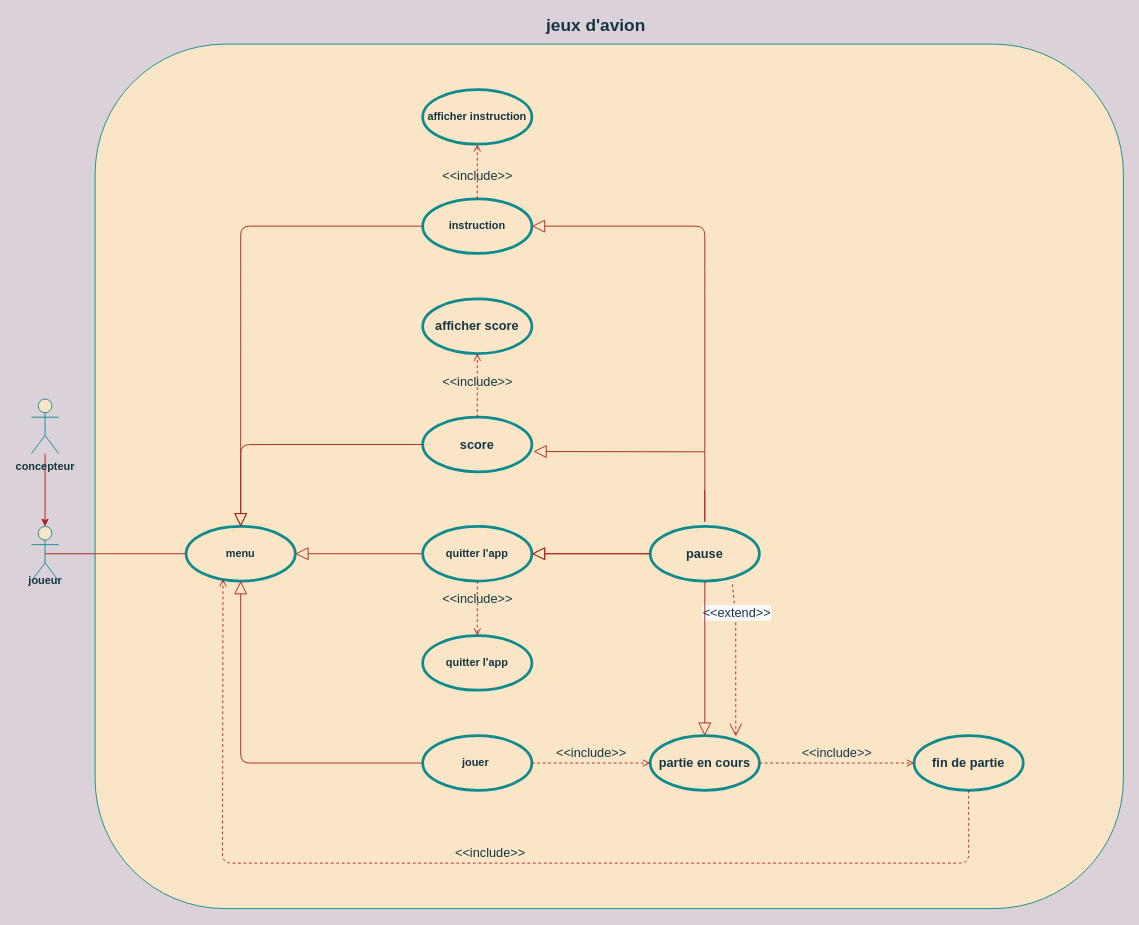
This is UML/UML.UserCase.JeuxAvion.drawio from PaulSckbdt/cda-20285-avion-allinpoker, a draw.io file, before an edit. Source tidied: cells renumbered, new cells numbered last; positions are measured from the earlier drawing's top-left corner, leaving out a move shared by most shapes. Both pictures are drawn from the tidied source at 91%, with x=0, y=0 at pixel (22, 16).
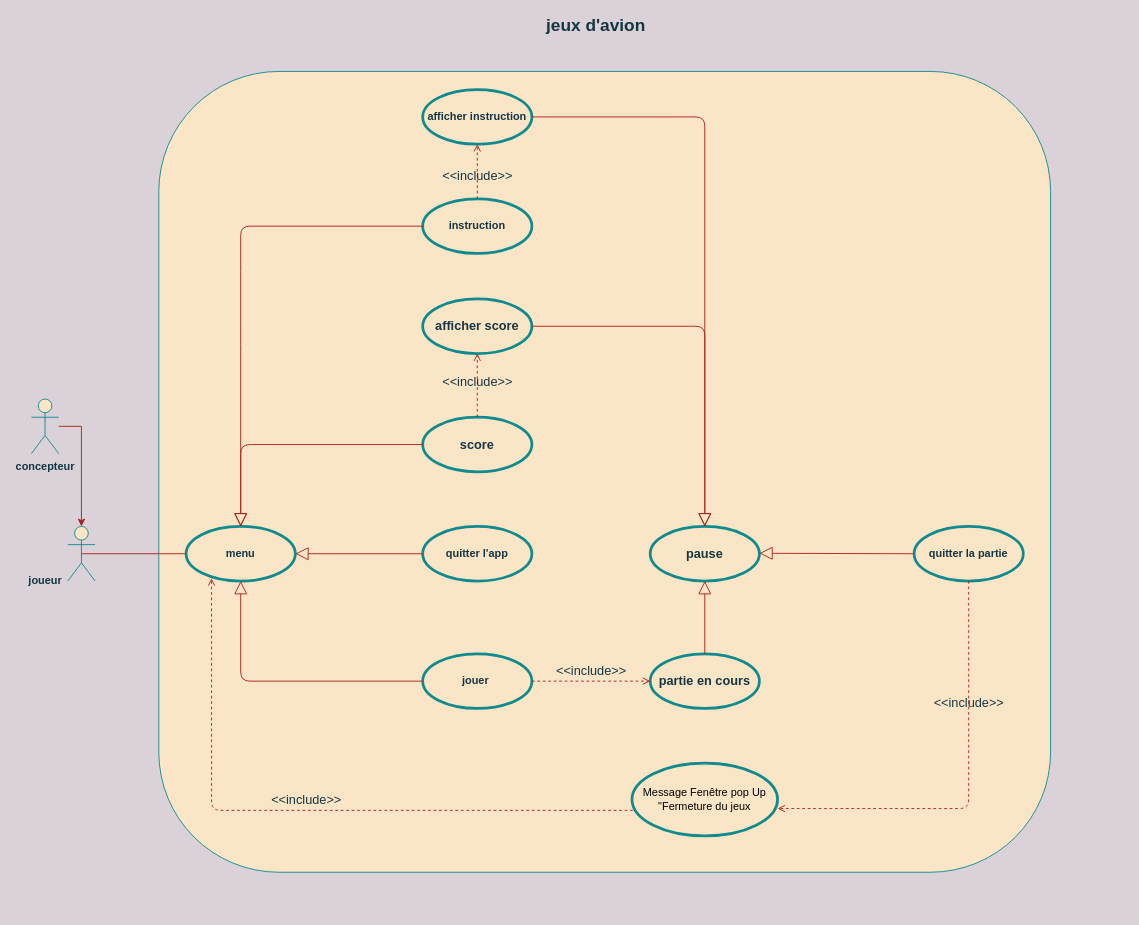
After the change.

Commit message (it also covers changes not shown here):
userCase 1.4 hugo

Unchanged cells that the change refers to:
```xml
<mxCell id="7" value="instruction" style="shape=ellipse;html=1;strokeWidth=3;fontStyle=1;whiteSpace=wrap;align=center;perimeter=ellipsePerimeter;rounded=0;sketch=0;fillColor=#FAE5C7;fontColor=#143642;strokeColor=#0F8B8D;" parent="1" vertex="1">
  <mxGeometry x="440" y="200" width="120" height="60" as="geometry" />
</mxCell>
<mxCell id="8" value="quitter l'app" style="shape=ellipse;html=1;strokeWidth=3;fontStyle=1;whiteSpace=wrap;align=center;perimeter=ellipsePerimeter;rounded=0;sketch=0;fillColor=#FAE5C7;fontColor=#143642;strokeColor=#0F8B8D;" parent="1" vertex="1">
  <mxGeometry x="440" y="560" width="120" height="60" as="geometry" />
</mxCell>
<mxCell id="9" value="&lt;font style=&quot;font-size: 14px&quot;&gt;score&lt;/font&gt;" style="shape=ellipse;html=1;strokeWidth=3;fontStyle=1;whiteSpace=wrap;align=center;perimeter=ellipsePerimeter;rounded=0;sketch=0;fillColor=#FAE5C7;fontColor=#143642;strokeColor=#0F8B8D;" parent="1" vertex="1">
  <mxGeometry x="440" y="440" width="120" height="60" as="geometry" />
</mxCell>
<mxCell id="10" value="afficher score" style="shape=ellipse;html=1;strokeWidth=3;fontStyle=1;whiteSpace=wrap;align=center;perimeter=ellipsePerimeter;rounded=0;sketch=0;fillColor=#FAE5C7;fontSize=14;fontColor=#143642;strokeColor=#0F8B8D;" parent="1" vertex="1">
  <mxGeometry x="440" y="310" width="120" height="60" as="geometry" />
</mxCell>
<mxCell id="16" value="menu" style="shape=ellipse;html=1;strokeWidth=3;fontStyle=1;whiteSpace=wrap;align=center;perimeter=ellipsePerimeter;rounded=0;sketch=0;fillColor=#FAE5C7;fontColor=#143642;strokeColor=#0F8B8D;" parent="1" vertex="1">
  <mxGeometry x="180" y="560" width="120" height="60" as="geometry" />
</mxCell>
<mxCell id="21" value="pause" style="shape=ellipse;html=1;strokeWidth=3;fontStyle=1;whiteSpace=wrap;align=center;perimeter=ellipsePerimeter;rounded=0;sketch=0;fillColor=#FAE5C7;fontSize=14;fontColor=#143642;strokeColor=#0F8B8D;" parent="1" vertex="1">
  <mxGeometry x="690" y="560" width="120" height="60" as="geometry" />
</mxCell>
<mxCell id="26" value="afficher instruction" style="shape=ellipse;html=1;strokeWidth=3;fontStyle=1;whiteSpace=wrap;align=center;perimeter=ellipsePerimeter;rounded=0;sketch=0;fillColor=#FAE5C7;fontColor=#143642;strokeColor=#0F8B8D;" parent="1" vertex="1">
  <mxGeometry x="440" y="80" width="120" height="60" as="geometry" />
</mxCell>
```

The edit, as a diff of the source:
```diff
@@
     <mxCell id="2" style="rounded=1;whiteSpace=wrap;html=1;sketch=0;strokeColor=#0F8B8D;fillColor=#FAE5C7;fontSize=14;fontColor=#143642;" parent="1" vertex="1">
-      <mxGeometry x="80" y="30" width="1130" height="950" as="geometry" />
+      <mxGeometry x="150" y="60" width="980" height="880" as="geometry" />
     </mxCell>
@@
     <mxCell id="5" style="shape=umlActor;html=1;verticalLabelPosition=bottom;verticalAlign=top;align=center;fillColor=#FAE5C7;strokeColor=#0F8B8D;fontColor=#143642;" parent="1" vertex="1">
-      <mxGeometry x="10" y="560" width="30" height="60" as="geometry" />
+      <mxGeometry x="50" y="560" width="30" height="60" as="geometry" />
     </mxCell>
@@
     <mxCell id="14" value="jouer&amp;nbsp;" style="shape=ellipse;html=1;strokeWidth=3;fontStyle=1;whiteSpace=wrap;align=center;perimeter=ellipsePerimeter;rounded=0;sketch=0;fillColor=#FAE5C7;fontColor=#143642;strokeColor=#0F8B8D;" parent="1" vertex="1">
-      <mxGeometry x="440" y="790" width="120" height="60" as="geometry" />
+      <mxGeometry x="440" y="700" width="120" height="60" as="geometry" />
     </mxCell>
-    <mxCell id="15" value="&lt;font style=&quot;font-size: 14px&quot;&gt;fin de partie&lt;/font&gt;" style="shape=ellipse;html=1;strokeWidth=3;fontStyle=1;whiteSpace=wrap;align=center;perimeter=ellipsePerimeter;rounded=0;sketch=0;fillColor=#FAE5C7;fontColor=#143642;strokeColor=#0F8B8D;" parent="1" vertex="1">
-      <mxGeometry x="980" y="790" width="120" height="60" as="geometry" />
-    </mxCell>
@@
     <mxCell id="20" style="edgeStyle=none;html=1;endArrow=block;endFill=0;endSize=12;verticalAlign=bottom;strokeColor=#A8201A;fillColor=#FAE5C7;fontSize=14;fontColor=#143642;entryX=0.5;entryY=1;entryDx=0;entryDy=0;exitX=0;exitY=0.5;exitDx=0;exitDy=0;labelBackgroundColor=#DAD2D8;" parent="1" edge="1" source="14" target="16">
       <mxGeometry relative="1" as="geometry">
         <Array as="points">
-          <mxPoint x="240" y="820" />
+          <mxPoint x="240" y="730" />
         </Array>
       </mxGeometry>
     </mxCell>
@@
-    <mxCell id="22" style="edgeStyle=none;html=1;endArrow=block;endFill=0;endSize=12;verticalAlign=bottom;strokeColor=#A8201A;fillColor=#FAE5C7;fontSize=14;fontColor=#143642;labelBackgroundColor=#DAD2D8;entryX=1;entryY=0.5;entryDx=0;entryDy=0;" parent="1" edge="1" target="7">
-      <mxGeometry relative="1" as="geometry">
-        <mxPoint x="750" y="520" as="sourcePoint" />
-        <Array as="points">
-          <mxPoint x="750" y="560" />
-          <mxPoint x="750" y="290" />
-          <mxPoint x="750" y="230" />
-        </Array>
-      </mxGeometry>
-    </mxCell>
     <mxCell id="23" value="partie en cours" style="shape=ellipse;html=1;strokeWidth=3;fontStyle=1;whiteSpace=wrap;align=center;perimeter=ellipsePerimeter;rounded=0;sketch=0;fillColor=#FAE5C7;fontSize=14;fontColor=#143642;strokeColor=#0F8B8D;" parent="1" vertex="1">
-      <mxGeometry x="690" y="790" width="120" height="60" as="geometry" />
+      <mxGeometry x="690" y="700" width="120" height="60" as="geometry" />
     </mxCell>
@@
-    <mxCell id="25" value="&amp;lt;&amp;lt;include&amp;gt;&amp;gt;" style="edgeStyle=none;html=1;endArrow=open;verticalAlign=bottom;dashed=1;labelBackgroundColor=none;strokeColor=#A8201A;fillColor=#FAE5C7;fontSize=14;fontColor=#143642;entryX=0;entryY=0.5;entryDx=0;entryDy=0;exitX=1;exitY=0.5;exitDx=0;exitDy=0;" parent="1" edge="1" source="23" target="15">
-      <mxGeometry relative="1" as="geometry">
-        <Array as="points">
-          <mxPoint x="920" y="820" />
-        </Array>
-      </mxGeometry>
-    </mxCell>
@@
-    <mxCell id="27" style="edgeStyle=none;html=1;endArrow=block;endFill=0;endSize=12;verticalAlign=bottom;strokeColor=#A8201A;fillColor=#FAE5C7;fontSize=14;fontColor=#143642;labelBackgroundColor=#DAD2D8;entryX=1;entryY=0.5;entryDx=0;entryDy=0;" parent="1" edge="1" target="8">
-      <mxGeometry relative="1" as="geometry">
-        <mxPoint x="690" y="590" as="sourcePoint" />
-        <Array as="points">
-          <mxPoint x="690" y="590" />
-        </Array>
-      </mxGeometry>
-    </mxCell>
-    <mxCell id="28" value="&amp;lt;&amp;lt;include&amp;gt;&amp;gt;" style="edgeStyle=none;html=1;endArrow=open;verticalAlign=bottom;dashed=1;labelBackgroundColor=none;strokeColor=#A8201A;fillColor=#FAE5C7;fontSize=14;fontColor=#143642;exitX=1;exitY=0.5;exitDx=0;exitDy=0;entryX=0;entryY=0.5;entryDx=0;entryDy=0;" parent="1" edge="1" source="14" target="23">
-      <mxGeometry relative="1" as="geometry" />
+    <mxCell id="28" value="&amp;lt;&amp;lt;include&amp;gt;&amp;gt;" style="edgeStyle=none;html=1;endArrow=open;verticalAlign=bottom;dashed=1;labelBackgroundColor=none;strokeColor=#A8201A;fillColor=#FAE5C7;fontSize=14;fontColor=#143642;exitX=1;exitY=0.5;exitDx=0;exitDy=0;entryX=0;entryY=0.5;entryDx=0;entryDy=0;" parent="1" edge="1" source="14">
+      <mxGeometry relative="1" as="geometry">
+        <mxPoint x="690" y="730" as="targetPoint" />
+      </mxGeometry>
     </mxCell>
-    <mxCell id="29" style="edgeStyle=none;html=1;startArrow=open;endArrow=none;startSize=12;verticalAlign=bottom;dashed=1;labelBackgroundColor=none;strokeColor=#A8201A;fillColor=#FAE5C7;fontColor=#143642;exitX=0.784;exitY=0.011;exitDx=0;exitDy=0;exitPerimeter=0;" parent="1" edge="1" source="23">
-      <mxGeometry relative="1" as="geometry">
-        <mxPoint x="780" y="620" as="targetPoint" />
-        <Array as="points">
-          <mxPoint x="784" y="750" />
-          <mxPoint x="784" y="680" />
-          <mxPoint x="784" y="660" />
-        </Array>
-      </mxGeometry>
-    </mxCell>
-    <mxCell id="30" value="&lt;span style=&quot;font-size: 14px ; background-color: rgb(248 , 249 , 250)&quot;&gt;&amp;lt;&amp;lt;extend&amp;gt;&amp;gt;&lt;/span&gt;" style="edgeLabel;html=1;align=center;verticalAlign=middle;fontColor=#143642;" parent="29" vertex="1">
-      <mxGeometry x="0.19" relative="1" as="geometry">
-        <mxPoint y="-34.6" as="offset" />
-      </mxGeometry>
-    </mxCell>
-    <mxCell id="31" value="quitter l'app" style="shape=ellipse;html=1;strokeWidth=3;fontStyle=1;whiteSpace=wrap;align=center;perimeter=ellipsePerimeter;rounded=0;sketch=0;fillColor=#FAE5C7;fontColor=#143642;strokeColor=#0F8B8D;" parent="1" vertex="1">
-      <mxGeometry x="440" y="680" width="120" height="60" as="geometry" />
-    </mxCell>
-    <mxCell id="32" value="&amp;lt;&amp;lt;include&amp;gt;&amp;gt;" style="edgeStyle=none;html=1;endArrow=open;verticalAlign=bottom;dashed=1;labelBackgroundColor=none;strokeColor=#A8201A;fillColor=#FAE5C7;fontSize=14;fontColor=#143642;entryX=0.5;entryY=0;entryDx=0;entryDy=0;" parent="1" edge="1" target="31">
-      <mxGeometry relative="1" as="geometry">
-        <mxPoint x="500" y="620" as="sourcePoint" />
-        <mxPoint y="1" as="offset" />
-      </mxGeometry>
-    </mxCell>
@@
-    <mxCell id="34" style="edgeStyle=none;html=1;endArrow=block;endFill=0;endSize=12;verticalAlign=bottom;strokeColor=#A8201A;fillColor=#FAE5C7;fontColor=#143642;entryX=1.014;entryY=0.628;entryDx=0;entryDy=0;entryPerimeter=0;" parent="1" edge="1" target="9">
+    <mxCell id="34" style="edgeStyle=none;html=1;endArrow=block;endFill=0;endSize=12;verticalAlign=bottom;strokeColor=#A8201A;fillColor=#FAE5C7;fontColor=#143642;entryX=0.5;entryY=0;entryDx=0;entryDy=0;exitX=1;exitY=0.5;exitDx=0;exitDy=0;" parent="1" edge="1" source="26" target="21">
       <mxGeometry relative="1" as="geometry">
-        <mxPoint x="750" y="478" as="sourcePoint" />
+        <Array as="points">
+          <mxPoint x="750" y="110" />
+        </Array>
       </mxGeometry>
     </mxCell>
-    <mxCell id="35" style="edgeStyle=none;html=1;endArrow=block;endFill=0;endSize=12;verticalAlign=bottom;strokeColor=#A8201A;fillColor=#FAE5C7;fontColor=#143642;exitX=0;exitY=0.5;exitDx=0;exitDy=0;" parent="1" edge="1" source="21">
-      <mxGeometry relative="1" as="geometry">
-        <mxPoint x="560" y="590" as="targetPoint" />
-      </mxGeometry>
-    </mxCell>
-    <mxCell id="36" value="&amp;lt;&amp;lt;include&amp;gt;&amp;gt;" style="edgeStyle=none;html=1;endArrow=open;verticalAlign=bottom;dashed=1;labelBackgroundColor=none;strokeColor=#A8201A;fillColor=#FAE5C7;fontSize=14;fontColor=#143642;exitX=0.5;exitY=1;exitDx=0;exitDy=0;entryX=0.338;entryY=0.962;entryDx=0;entryDy=0;entryPerimeter=0;" parent="1" edge="1" source="15" target="16">
-      <mxGeometry relative="1" as="geometry">
-        <Array as="points">
-          <mxPoint x="1040" y="930" />
-          <mxPoint x="220" y="930" />
-        </Array>
-      </mxGeometry>
-    </mxCell>
-    <mxCell id="37" style="edgeStyle=none;html=1;endArrow=block;endFill=0;endSize=12;verticalAlign=bottom;strokeColor=#A8201A;fillColor=#FAE5C7;fontColor=#143642;entryX=0.5;entryY=0;entryDx=0;entryDy=0;exitX=0.5;exitY=1;exitDx=0;exitDy=0;" parent="1" edge="1" source="21" target="23">
+    <mxCell id="37" style="edgeStyle=none;html=1;endArrow=block;endFill=0;endSize=12;verticalAlign=bottom;strokeColor=#A8201A;fillColor=#FAE5C7;fontColor=#143642;entryX=0.5;entryY=1;entryDx=0;entryDy=0;exitX=0.5;exitY=0;exitDx=0;exitDy=0;" parent="1" edge="1" source="23" target="21">
       <mxGeometry relative="1" as="geometry" />
     </mxCell>
+    <mxCell id="38" value="&lt;span style=&quot;color: rgb(0 , 0 , 0) ; font-weight: 400&quot;&gt;Message Fenêtre pop Up&lt;/span&gt;&lt;br style=&quot;color: rgb(0 , 0 , 0) ; font-weight: 400&quot;&gt;&lt;span style=&quot;color: rgb(0 , 0 , 0) ; font-weight: 400&quot;&gt;&quot;Fermeture du jeux&lt;/span&gt;" style="shape=ellipse;html=1;strokeWidth=3;fontStyle=1;whiteSpace=wrap;align=center;perimeter=ellipsePerimeter;rounded=0;sketch=0;fillColor=#FAE5C7;fontColor=#143642;strokeColor=#0F8B8D;" parent="1" vertex="1">
+      <mxGeometry x="670" y="820" width="160" height="80" as="geometry" />
+    </mxCell>
+    <mxCell id="39" style="edgeStyle=none;html=1;endArrow=block;endFill=0;endSize=12;verticalAlign=bottom;strokeColor=#A8201A;fillColor=#FAE5C7;fontColor=#143642;exitX=1;exitY=0.5;exitDx=0;exitDy=0;entryX=0.5;entryY=0;entryDx=0;entryDy=0;" parent="1" edge="1" source="10" target="21">
+      <mxGeometry relative="1" as="geometry">
+        <Array as="points">
+          <mxPoint x="750" y="340" />
+        </Array>
+      </mxGeometry>
+    </mxCell>
+    <mxCell id="40" value="quitter la partie" style="shape=ellipse;html=1;strokeWidth=3;fontStyle=1;whiteSpace=wrap;align=center;perimeter=ellipsePerimeter;rounded=0;sketch=0;fillColor=#FAE5C7;fontColor=#143642;strokeColor=#0F8B8D;" parent="1" vertex="1">
+      <mxGeometry x="980" y="560" width="120" height="60" as="geometry" />
+    </mxCell>
+    <mxCell id="41" style="edgeStyle=none;html=1;endArrow=block;endFill=0;endSize=12;verticalAlign=bottom;strokeColor=#A8201A;fillColor=#FAE5C7;fontColor=#143642;entryX=1;entryY=0.5;entryDx=0;entryDy=0;exitX=0;exitY=0.5;exitDx=0;exitDy=0;" parent="1" edge="1" source="40">
+      <mxGeometry relative="1" as="geometry">
+        <mxPoint x="810" y="589.5" as="targetPoint" />
+      </mxGeometry>
+    </mxCell>
+    <mxCell id="42" value="&amp;lt;&amp;lt;include&amp;gt;&amp;gt;" style="edgeStyle=none;html=1;endArrow=open;verticalAlign=bottom;dashed=1;labelBackgroundColor=none;strokeColor=#A8201A;fillColor=#FAE5C7;fontSize=14;fontColor=#143642;exitX=0.5;exitY=1;exitDx=0;exitDy=0;entryX=1;entryY=0.625;entryDx=0;entryDy=0;entryPerimeter=0;" parent="1" edge="1" source="40" target="38">
+      <mxGeometry x="-0.37" relative="1" as="geometry">
+        <Array as="points">
+          <mxPoint x="1040" y="720" />
+          <mxPoint x="1040" y="870" />
+        </Array>
+      </mxGeometry>
+    </mxCell>
+    <mxCell id="43" value="&amp;lt;&amp;lt;include&amp;gt;&amp;gt;" style="edgeStyle=none;html=1;endArrow=open;verticalAlign=bottom;dashed=1;labelBackgroundColor=none;strokeColor=#A8201A;fillColor=#FAE5C7;fontSize=14;fontColor=#143642;exitX=0.006;exitY=0.65;exitDx=0;exitDy=0;exitPerimeter=0;entryX=0.233;entryY=0.95;entryDx=0;entryDy=0;entryPerimeter=0;" parent="1" edge="1" source="38" target="16">
+      <mxGeometry relative="1" as="geometry">
+        <Array as="points">
+          <mxPoint x="208" y="872" />
+        </Array>
+      </mxGeometry>
+    </mxCell>
```
